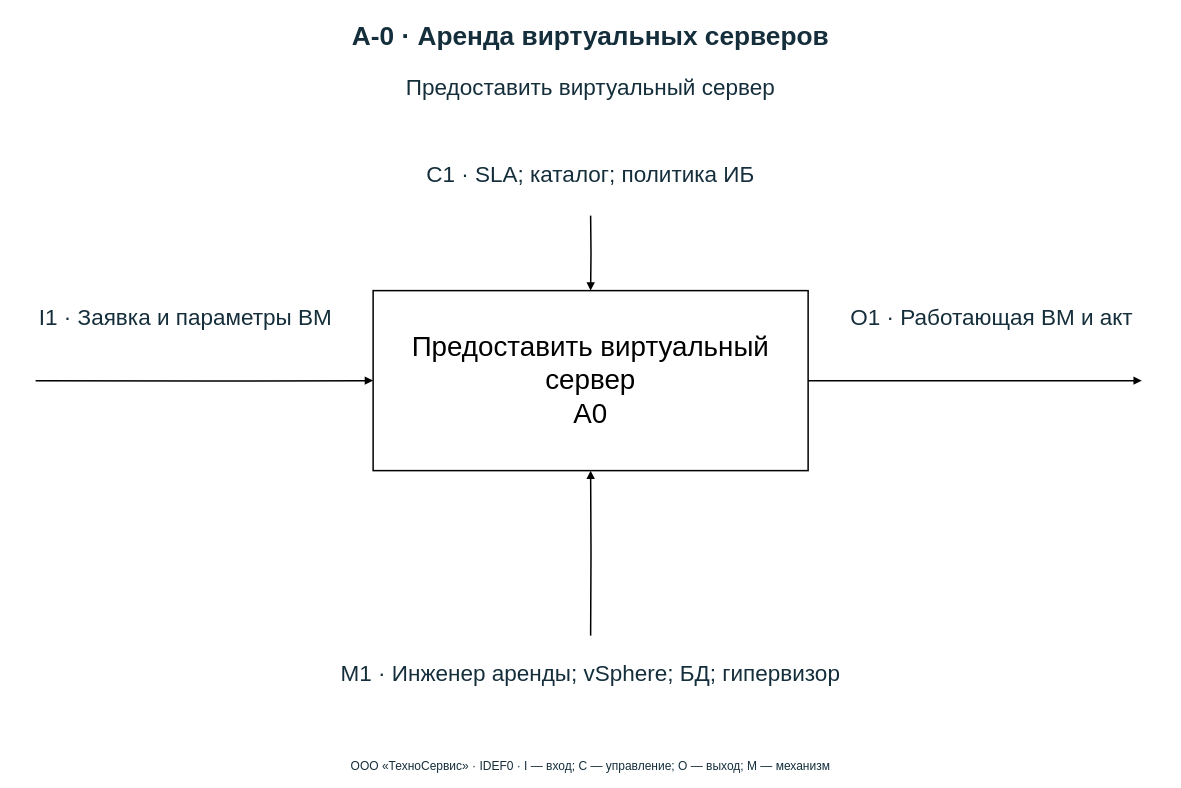
HsSaab/UITU keeps this draw.io diagram as diagrams/vps_Aminus0.drawio. Above is the earlier version. Source tidied: cells renumbered, new cells numbered last; positions are measured from the earlier drawing's top-left corner, leaving out a move shared by most shapes. Both pictures are drawn from the tidied source at 75%, with x=0, y=0 at pixel (13, 13).
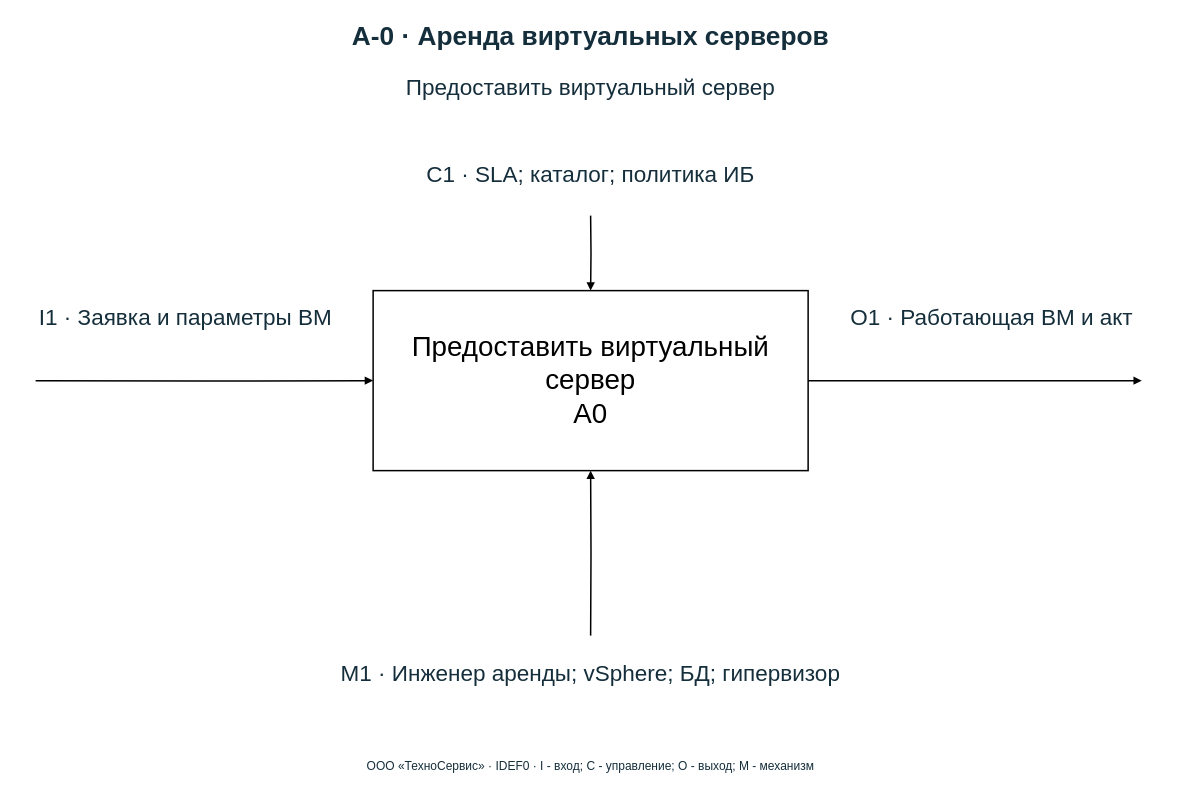
Above is the later version.

What changed in the source:
```diff
@@
 <mxGraphModel>
   <root>
     <mxCell id="0" />
     <mxCell id="1" parent="0" />
     <mxCell id="2" value="A-0 · Аренда виртуальных серверов" style="text;html=0;whiteSpace=wrap;align=center;verticalAlign=middle;fontFamily=Arial;fontSize=35;fontColor=#152e3b;strokeColor=none;fillColor=none;fontStyle=1;" parent="1" vertex="1">
       <mxGeometry x="30" width="1480" height="60" as="geometry" />
     </mxCell>
     <mxCell id="3" value="Предоставить виртуальный сервер" style="text;html=0;whiteSpace=wrap;align=center;verticalAlign=middle;fontFamily=Arial;fontSize=30;fontColor=#152e3b;strokeColor=none;fillColor=none;fontStyle=0;" parent="1" vertex="1">
       <mxGeometry x="40" y="66" width="1460" height="65" as="geometry" />
     </mxCell>
     <mxCell id="4" value="Предоставить виртуальный&#10;сервер&#10;A0" style="rounded=0;html=0;whiteSpace=wrap;align=center;verticalAlign=middle;fontSize=37;fontFamily=Arial;strokeWidth=2;fillColor=white;" parent="1" vertex="1">
       <mxGeometry x="480" y="370" width="580" height="240" as="geometry" />
     </mxCell>
     <mxCell id="5" style="edgeStyle=orthogonalEdgeStyle;rounded=0;html=0;endArrow=block;endFill=1;strokeWidth=2;fontFamily=Arial;fontSize=27;" parent="1" edge="1" target="4">
       <mxGeometry relative="1" as="geometry">
         <mxPoint x="30" y="490" as="sourcePoint" />
       </mxGeometry>
     </mxCell>
     <mxCell id="6" value="I1 · Заявка и параметры ВМ" style="text;html=0;whiteSpace=wrap;align=center;verticalAlign=middle;fontFamily=Arial;fontSize=30;fontColor=#152e3b;strokeColor=none;fillColor=none;fontStyle=0;" parent="1" vertex="1">
       <mxGeometry x="15" y="350" width="430" height="110" as="geometry" />
     </mxCell>
     <mxCell id="7" style="edgeStyle=orthogonalEdgeStyle;rounded=0;html=0;endArrow=block;endFill=1;strokeWidth=2;fontFamily=Arial;fontSize=27;" parent="1" edge="1" source="4">
       <mxGeometry relative="1" as="geometry">
         <mxPoint x="1505" y="490" as="targetPoint" />
       </mxGeometry>
     </mxCell>
     <mxCell id="8" value="O1 · Работающая ВМ и акт" style="text;html=0;whiteSpace=wrap;align=center;verticalAlign=middle;fontFamily=Arial;fontSize=30;fontColor=#152e3b;strokeColor=none;fillColor=none;fontStyle=0;" parent="1" vertex="1">
       <mxGeometry x="1090" y="350" width="430" height="110" as="geometry" />
     </mxCell>
     <mxCell id="9" value="C1 · SLA; каталог; политика ИБ" style="text;html=0;whiteSpace=wrap;align=center;verticalAlign=middle;fontFamily=Arial;fontSize=30;fontColor=#152e3b;strokeColor=none;fillColor=none;fontStyle=0;" parent="1" vertex="1">
       <mxGeometry x="325" y="165" width="890" height="100" as="geometry" />
     </mxCell>
     <mxCell id="10" style="edgeStyle=orthogonalEdgeStyle;rounded=0;html=0;endArrow=block;endFill=1;strokeWidth=2;fontFamily=Arial;fontSize=27;" parent="1" edge="1" target="4">
       <mxGeometry relative="1" as="geometry">
         <mxPoint x="770" y="270" as="sourcePoint" />
       </mxGeometry>
     </mxCell>
     <mxCell id="11" style="edgeStyle=orthogonalEdgeStyle;rounded=0;html=0;endArrow=block;endFill=1;strokeWidth=2;fontFamily=Arial;fontSize=27;" parent="1" edge="1" target="4">
       <mxGeometry relative="1" as="geometry">
         <mxPoint x="770" y="830" as="sourcePoint" />
       </mxGeometry>
     </mxCell>
     <mxCell id="12" value="M1 · Инженер аренды; vSphere; БД; гипервизор" style="text;html=0;whiteSpace=wrap;align=center;verticalAlign=middle;fontFamily=Arial;fontSize=30;fontColor=#152e3b;strokeColor=none;fillColor=none;fontStyle=0;" parent="1" vertex="1">
       <mxGeometry x="200" y="835" width="1140" height="90" as="geometry" />
     </mxCell>
-    <mxCell id="13" value="ООО «ТехноСервис» · IDEF0 · I — вход; C — управление; O — выход; M — механизм" style="text;html=0;whiteSpace=wrap;align=center;verticalAlign=middle;fontFamily=Arial;fontSize=16;fontColor=#152e3b;strokeColor=none;fillColor=none;fontStyle=0;" parent="1" vertex="1">
+    <mxCell id="13" value="ООО «ТехноСервис» · IDEF0 · I - вход; C - управление; O - выход; M - механизм" style="text;html=0;whiteSpace=wrap;align=center;verticalAlign=middle;fontFamily=Arial;fontSize=16;fontColor=#152e3b;strokeColor=none;fillColor=none;fontStyle=0;" parent="1" vertex="1">
       <mxGeometry y="992" width="1540" height="24" as="geometry" />
     </mxCell>
   </root>
 </mxGraphModel>
```
